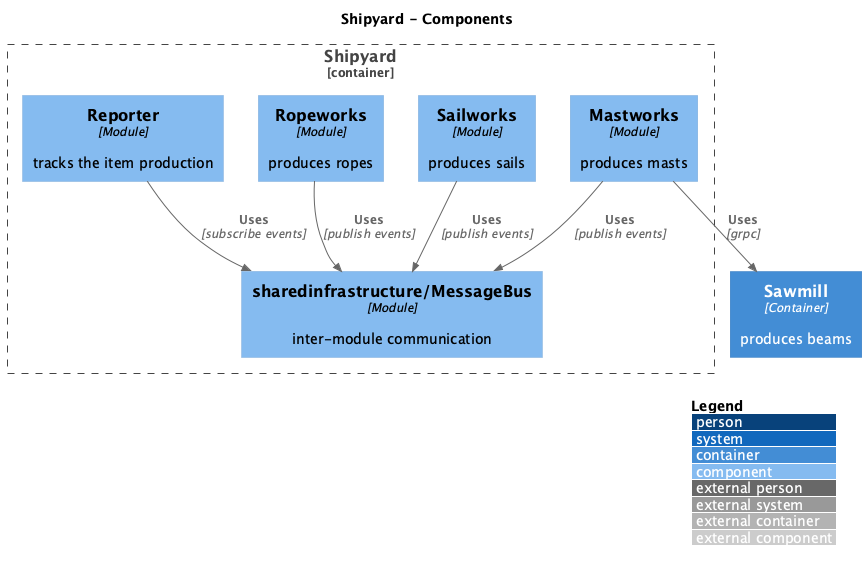
mateuszmidor/GoStudy keeps this PlantUML diagram as modular-monolith/docs/C4_Component.png. Above is the earlier version.
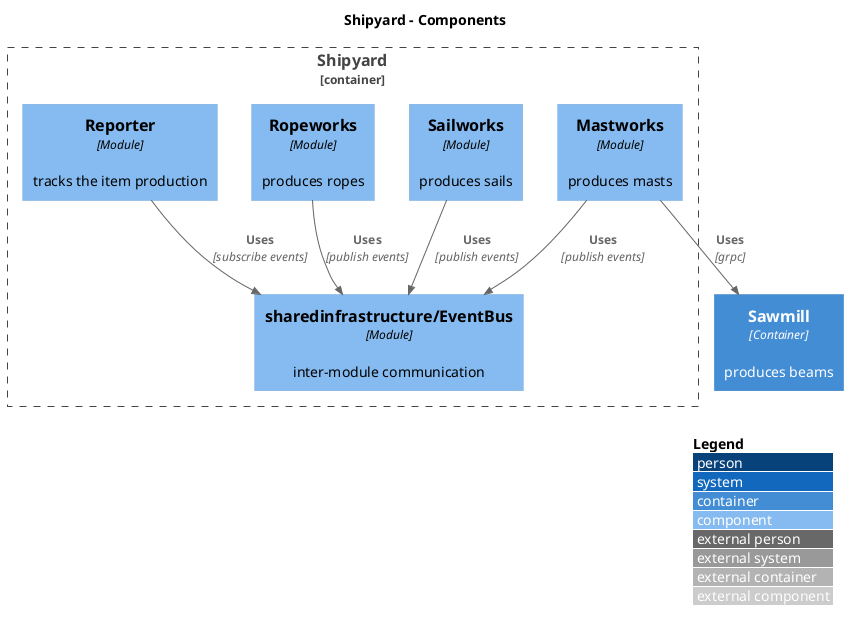
Above is the later version.

What changed in the source:
```diff
@@ -10,12 +10,12 @@
     Component(ropeworks, "Ropeworks", "Module", "produces ropes")
     Component(mastworks, "Mastworks", "Module", "produces masts")
     Component(sailworks, "Sailworks", "Module", "produces sails")
-    Component(messagebus, "sharedinfrastructure/MessageBus", "Module", "inter-module communication")
+    Component(eventBus, "sharedinfrastructure/EventBus", "Module", "inter-module communication")
 }
 Container(sawmill, "Sawmill", "Container", "produces beams")
 Rel(mastworks, sawmill, "Uses", "grpc")
-Rel(ropeworks, messagebus, "Uses", "publish events")
-Rel(mastworks, messagebus, "Uses", "publish events")
-Rel(sailworks, messagebus, "Uses", "publish events")
-Rel(reporter, messagebus, "Uses", "subscribe events")
+Rel(ropeworks, eventBus, "Uses", "publish events")
+Rel(mastworks, eventBus, "Uses", "publish events")
+Rel(sailworks, eventBus, "Uses", "publish events")
+Rel(reporter, eventBus, "Uses", "subscribe events")
 @enduml
```
